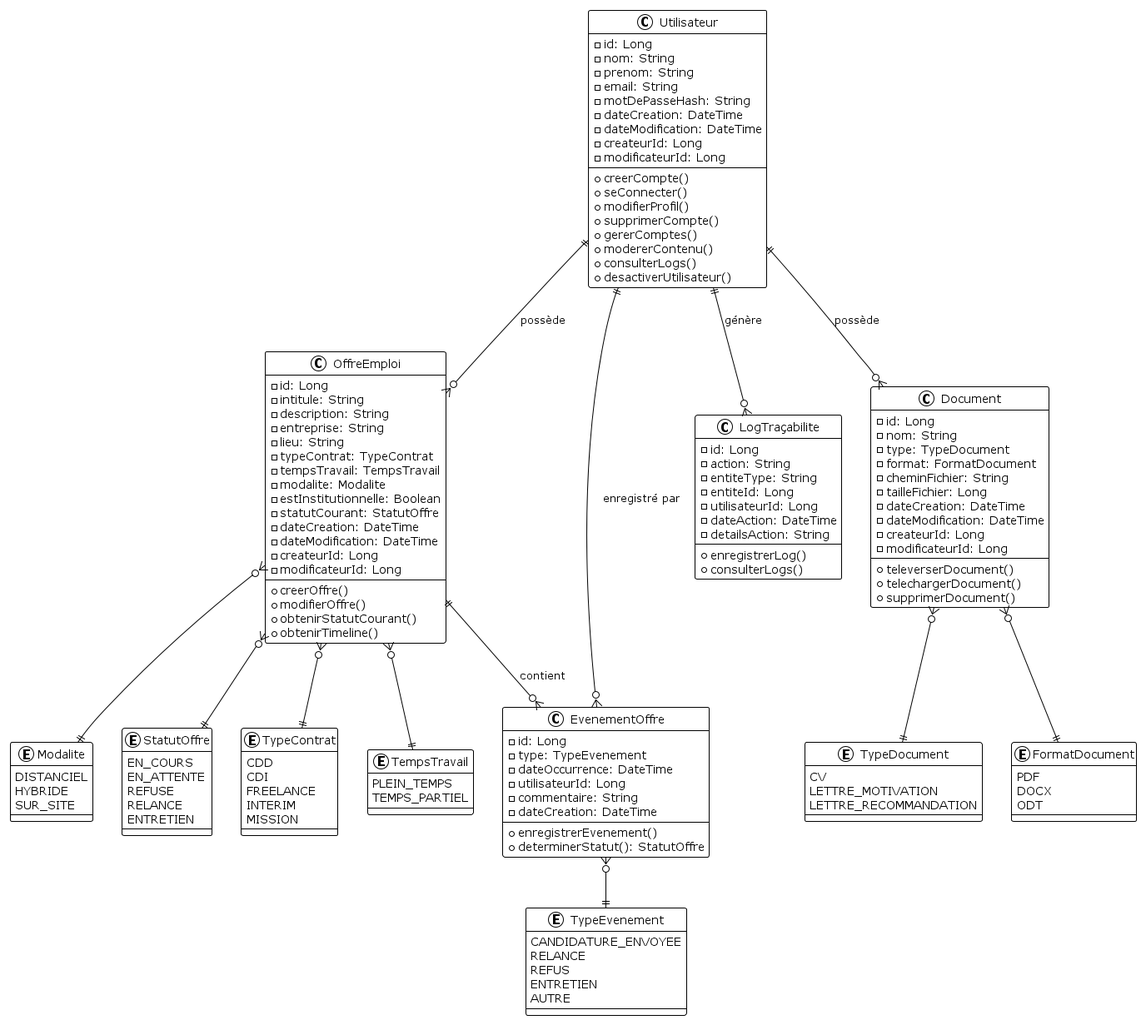
The PlantUML diagram conception/UML/exports/classes_classDiagram.png in symio/jobs, before a commit.
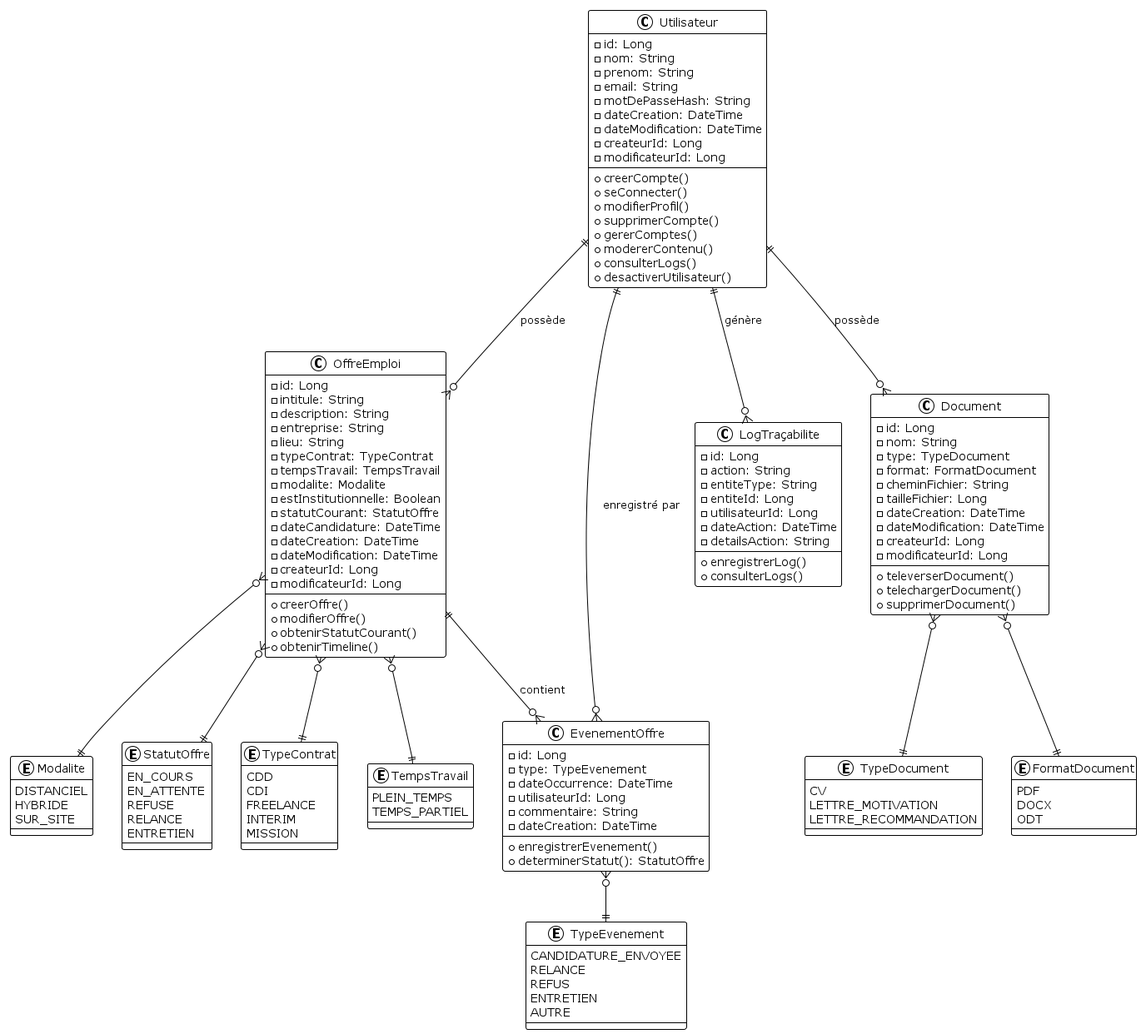
Later version of the same file.

Diff of the diagram source:
```diff
@@ -32,6 +32,7 @@
     -modalite: Modalite
     -estInstitutionnelle: Boolean
     -statutCourant: StatutOffre
+    -dateCandidature: DateTime
     -dateCreation: DateTime
     -dateModification: DateTime
     -createurId: Long
```
